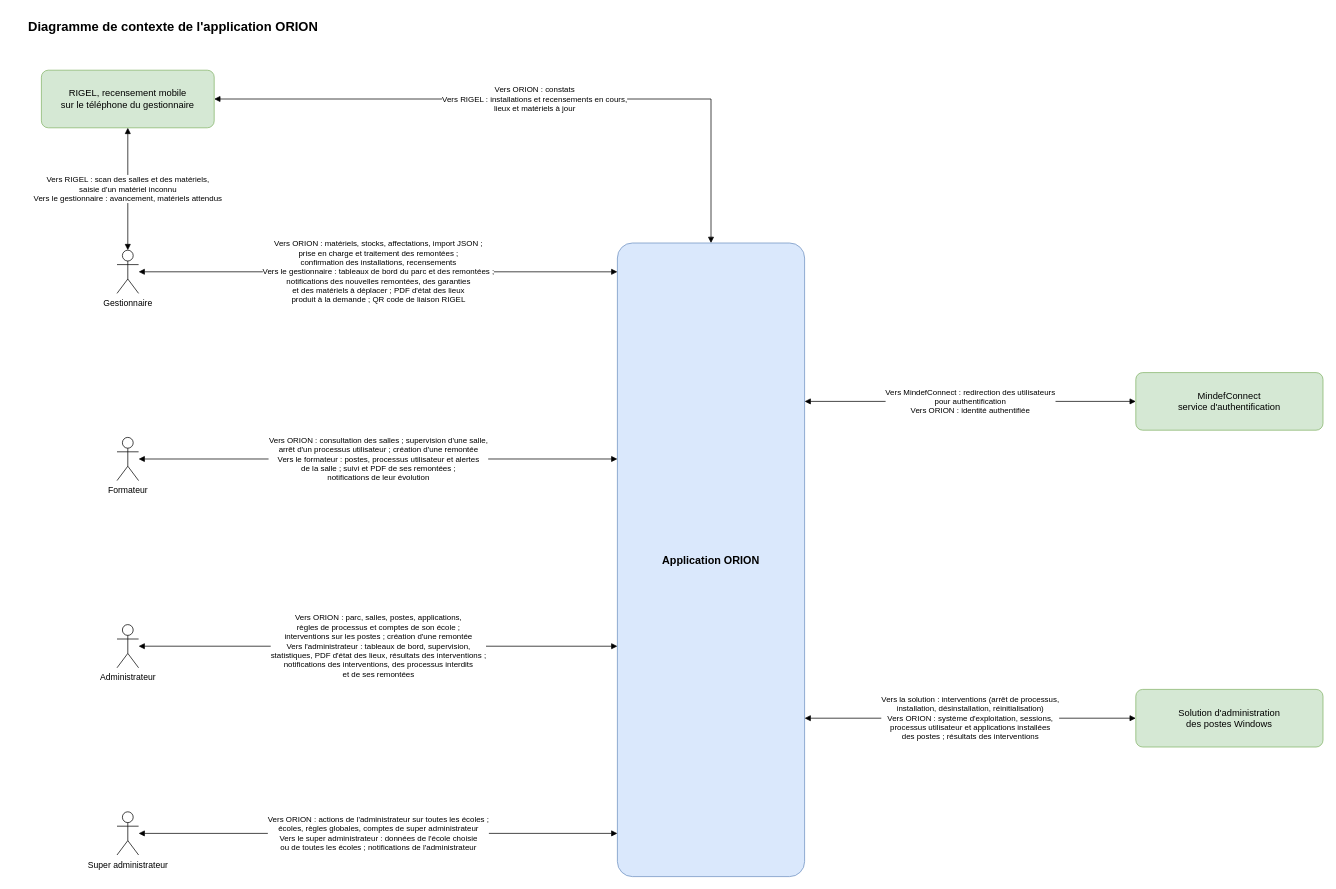
bpierrelouis/aster keeps this draw.io diagram as docs/02-ANALYSE/01-MODELISATION-METIER/01-DIAGRAMME-CONTEXTE.drawio. Above is the earlier version. Source tidied: cells renumbered, new cells numbered last; positions are measured from the earlier drawing's top-left corner, leaving out a move shared by most shapes. Both pictures are drawn from the tidied source at 72%, with x=0, y=0 at pixel (27, 16).
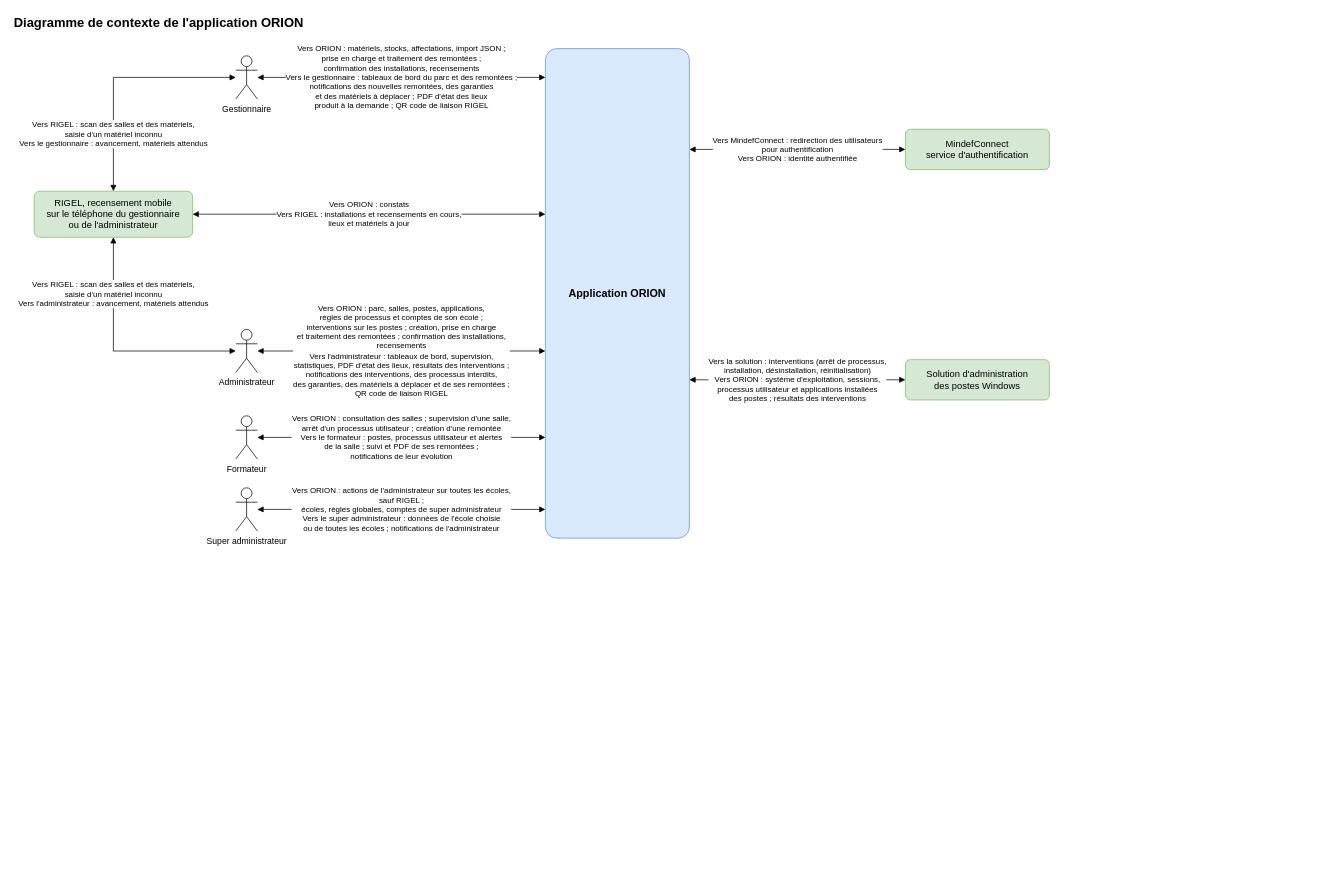
After the change.

Diff of the diagram source:
```diff
@@
-    <mxCell id="2" value="Diagramme de contexte de l&amp;#x27;application ORION" style="text;html=1;align=left;verticalAlign=middle;strokeColor=none;fillColor=none;fontSize=18;fontStyle=1;" parent="1" vertex="1">
-      <mxGeometry width="500" height="30" as="geometry" />
+    <mxCell id="2" value="Diagramme de contexte de l'application ORION" style="text;html=1;align=left;verticalAlign=middle;strokeColor=none;fillColor=none;fontSize=18;fontStyle=1;" parent="1" vertex="1">
+      <mxGeometry x="-20" y="-5" width="389" height="30" as="geometry" />
     </mxCell>
-    <mxCell id="3" value="Application ORION" style="rounded=1;arcSize=8;whiteSpace=wrap;html=1;fontSize=15;fontStyle=1;fillColor=#dae8fc;strokeColor=#6c8ebf;" parent="1" vertex="1">
-      <mxGeometry x="820" y="315" width="260" height="880" as="geometry" />
-    </mxCell>
     <mxCell id="4" value="Gestionnaire" style="shape=umlActor;verticalLabelPosition=bottom;verticalAlign=top;html=1;outlineConnect=0;labelPerimeter=1;fontSize=12;" parent="1" vertex="1">
-      <mxGeometry x="125" y="325" width="30" height="60" as="geometry" />
+      <mxGeometry x="290" y="55" width="30" height="60" as="geometry" />
     </mxCell>
     <mxCell id="5" value="Formateur" style="shape=umlActor;verticalLabelPosition=bottom;verticalAlign=top;html=1;outlineConnect=0;labelPerimeter=1;fontSize=12;" parent="1" vertex="1">
-      <mxGeometry x="125" y="585" width="30" height="60" as="geometry" />
+      <mxGeometry x="290" y="555" width="30" height="60" as="geometry" />
     </mxCell>
     <mxCell id="6" value="Administrateur" style="shape=umlActor;verticalLabelPosition=bottom;verticalAlign=top;html=1;outlineConnect=0;labelPerimeter=1;fontSize=12;" parent="1" vertex="1">
-      <mxGeometry x="125" y="845" width="30" height="60" as="geometry" />
+      <mxGeometry x="290" y="435" width="30" height="60" as="geometry" />
     </mxCell>
     <mxCell id="7" value="Super administrateur" style="shape=umlActor;verticalLabelPosition=bottom;verticalAlign=top;html=1;outlineConnect=0;labelPerimeter=1;fontSize=12;" parent="1" vertex="1">
-      <mxGeometry x="125" y="1105" width="30" height="60" as="geometry" />
+      <mxGeometry x="290" y="655" width="30" height="60" as="geometry" />
     </mxCell>
-    <mxCell id="8" value="RIGEL, recensement mobile&lt;br&gt;sur le téléphone du gestionnaire" style="rounded=1;arcSize=12;whiteSpace=wrap;html=1;fontSize=13;fillColor=#d5e8d4;strokeColor=#82b366;" parent="1" vertex="1">
-      <mxGeometry x="20" y="75" width="240" height="80" as="geometry" />
+    <mxCell id="8" value="RIGEL, recensement mobile&lt;br&gt;sur le téléphone du gestionnaire&lt;br&gt;ou de l'administrateur" style="rounded=1;arcSize=12;whiteSpace=wrap;html=1;fontSize=13;fillColor=#d5e8d4;strokeColor=#82b366;" parent="1" vertex="1">
+      <mxGeometry x="10" y="243" width="220" height="64" as="geometry" />
     </mxCell>
+    <mxCell id="3" value="Application ORION" style="rounded=1;arcSize=8;whiteSpace=wrap;html=1;fontSize=15;fontStyle=1;fillColor=#dae8fc;strokeColor=#6c8ebf;" parent="1" vertex="1">
+      <mxGeometry x="720" y="45" width="200" height="680" as="geometry" />
+    </mxCell>
     <mxCell id="9" value="MindefConnect&lt;br&gt;service d'authentification" style="rounded=1;arcSize=12;whiteSpace=wrap;html=1;fontSize=13;fillColor=#d5e8d4;strokeColor=#82b366;" parent="1" vertex="1">
-      <mxGeometry x="1540" y="495" width="260" height="80" as="geometry" />
+      <mxGeometry x="1220" y="157" width="200" height="56" as="geometry" />
     </mxCell>
     <mxCell id="10" value="Solution d'administration&lt;br&gt;des postes Windows" style="rounded=1;arcSize=12;whiteSpace=wrap;html=1;fontSize=13;fillColor=#d5e8d4;strokeColor=#82b366;" parent="1" vertex="1">
-      <mxGeometry x="1540" y="935" width="260" height="80" as="geometry" />
+      <mxGeometry x="1220" y="477" width="200" height="56" as="geometry" />
     </mxCell>
-    <mxCell id="11" value="Vers RIGEL : scan des salles et des matériels,&lt;br&gt;saisie d'un matériel inconnu&lt;br&gt;Vers le gestionnaire : avancement, matériels attendus" style="endArrow=block;endFill=1;html=1;rounded=0;fontSize=11;labelBackgroundColor=#ffffff;startArrow=block;startFill=1;" parent="1" edge="1" source="4" target="8">
-      <mxGeometry relative="1" as="geometry" />
+    <mxCell id="11" value="Vers RIGEL : scan des salles et des matériels,&lt;br&gt;saisie d'un matériel inconnu&lt;br&gt;Vers le gestionnaire : avancement, matériels attendus" style="endArrow=block;endFill=1;html=1;rounded=0;fontSize=11;labelBackgroundColor=#ffffff;startArrow=block;startFill=1;edgeStyle=orthogonalEdgeStyle;exitX=0;exitY=0.5;exitDx=0;exitDy=0;entryX=0.5;entryY=0;entryDx=0;entryDy=0;" parent="1" edge="1" source="4" target="8">
+      <mxGeometry x="0.52" relative="1" as="geometry">
+        <Array as="points">
+          <mxPoint x="120" y="85" />
+        </Array>
+      </mxGeometry>
     </mxCell>
-    <mxCell id="12" value="Vers ORION : constats&lt;br&gt;Vers RIGEL : installations et recensements en cours,&lt;br&gt;lieux et matériels à jour" style="endArrow=block;endFill=1;html=1;rounded=0;fontSize=11;labelBackgroundColor=#ffffff;startArrow=block;startFill=1;edgeStyle=orthogonalEdgeStyle;" parent="1" edge="1" source="8" target="3">
-      <mxGeometry relative="1" as="geometry">
+    <mxCell id="12" value="Vers RIGEL : scan des salles et des matériels,&lt;br&gt;saisie d'un matériel inconnu&lt;br&gt;Vers l'administrateur : avancement, matériels attendus" style="endArrow=block;endFill=1;html=1;rounded=0;fontSize=11;labelBackgroundColor=#ffffff;startArrow=block;startFill=1;edgeStyle=orthogonalEdgeStyle;exitX=0;exitY=0.5;exitDx=0;exitDy=0;entryX=0.5;entryY=1;entryDx=0;entryDy=0;" parent="1" edge="1" source="6" target="8">
+      <mxGeometry x="0.52" relative="1" as="geometry">
         <Array as="points">
-          <mxPoint x="950" y="115" />
+          <mxPoint x="120" y="465" />
         </Array>
       </mxGeometry>
     </mxCell>
-    <mxCell id="13" value="Vers ORION : matériels, stocks, affectations, import JSON ;&lt;br&gt;prise en charge et traitement des remontées ;&lt;br&gt;confirmation des installations, recensements&lt;br&gt;Vers le gestionnaire : tableaux de bord du parc et des remontées ;&lt;br&gt;notifications des nouvelles remontées, des garanties&lt;br&gt;et des matériels à déplacer ; PDF d'état des lieux&lt;br&gt;produit à la demande ; QR code de liaison RIGEL" style="endArrow=block;endFill=1;html=1;rounded=0;fontSize=11;labelBackgroundColor=#ffffff;startArrow=block;startFill=1;entryX=0;entryY=0.0455;" parent="1" edge="1" source="4" target="3">
+    <mxCell id="13" value="Vers ORION : constats&lt;br&gt;Vers RIGEL : installations et recensements en cours,&lt;br&gt;lieux et matériels à jour" style="endArrow=block;endFill=1;html=1;rounded=0;fontSize=11;labelBackgroundColor=#ffffff;startArrow=block;startFill=1;edgeStyle=orthogonalEdgeStyle;exitX=1;exitY=0.5;exitDx=0;exitDy=0;entryX=0;entryY=0.3382;entryDx=0;entryDy=0;" parent="1" edge="1" source="8" target="3">
       <mxGeometry relative="1" as="geometry" />
     </mxCell>
-    <mxCell id="14" value="Vers ORION : consultation des salles ; supervision d'une salle,&lt;br&gt;arrêt d'un processus utilisateur ; création d'une remontée&lt;br&gt;Vers le formateur : postes, processus utilisateur et alertes&lt;br&gt;de la salle ; suivi et PDF de ses remontées ;&lt;br&gt;notifications de leur évolution" style="endArrow=block;endFill=1;html=1;rounded=0;fontSize=11;labelBackgroundColor=#ffffff;startArrow=block;startFill=1;entryX=0;entryY=0.3409;" parent="1" edge="1" source="5" target="3">
+    <mxCell id="14" value="Vers ORION : matériels, stocks, affectations, import JSON ;&lt;br&gt;prise en charge et traitement des remontées ;&lt;br&gt;confirmation des installations, recensements&lt;br&gt;Vers le gestionnaire : tableaux de bord du parc et des remontées ;&lt;br&gt;notifications des nouvelles remontées, des garanties&lt;br&gt;et des matériels à déplacer ; PDF d'état des lieux&lt;br&gt;produit à la demande ; QR code de liaison RIGEL" style="endArrow=block;endFill=1;html=1;rounded=0;fontSize=11;labelBackgroundColor=#ffffff;startArrow=block;startFill=1;edgeStyle=orthogonalEdgeStyle;exitX=1;exitY=0.5;exitDx=0;exitDy=0;entryX=0;entryY=0.0588;entryDx=0;entryDy=0;" parent="1" edge="1" source="4" target="3">
       <mxGeometry relative="1" as="geometry" />
     </mxCell>
-    <mxCell id="15" value="Vers ORION : parc, salles, postes, applications,&lt;br&gt;règles de processus et comptes de son école ;&lt;br&gt;interventions sur les postes ; création d'une remontée&lt;br&gt;Vers l'administrateur : tableaux de bord, supervision,&lt;br&gt;statistiques, PDF d'état des lieux, résultats des interventions ;&lt;br&gt;notifications des interventions, des processus interdits&lt;br&gt;et de ses remontées" style="endArrow=block;endFill=1;html=1;rounded=0;fontSize=11;labelBackgroundColor=#ffffff;startArrow=block;startFill=1;entryX=0;entryY=0.6364;" parent="1" edge="1" source="6" target="3">
+    <mxCell id="15" value="Vers ORION : consultation des salles ; supervision d'une salle,&lt;br&gt;arrêt d'un processus utilisateur ; création d'une remontée&lt;br&gt;Vers le formateur : postes, processus utilisateur et alertes&lt;br&gt;de la salle ; suivi et PDF de ses remontées ;&lt;br&gt;notifications de leur évolution" style="endArrow=block;endFill=1;html=1;rounded=0;fontSize=11;labelBackgroundColor=#ffffff;startArrow=block;startFill=1;edgeStyle=orthogonalEdgeStyle;exitX=1;exitY=0.5;exitDx=0;exitDy=0;entryX=0;entryY=0.7941;entryDx=0;entryDy=0;" parent="1" edge="1" source="5" target="3">
       <mxGeometry relative="1" as="geometry" />
     </mxCell>
-    <mxCell id="16" value="Vers ORION : actions de l'administrateur sur toutes les écoles ;&lt;br&gt;écoles, règles globales, comptes de super administrateur&lt;br&gt;Vers le super administrateur : données de l'école choisie&lt;br&gt;ou de toutes les écoles ; notifications de l'administrateur" style="endArrow=block;endFill=1;html=1;rounded=0;fontSize=11;labelBackgroundColor=#ffffff;startArrow=block;startFill=1;entryX=0;entryY=0.9318;" parent="1" edge="1" source="7" target="3">
+    <mxCell id="16" value="Vers ORION : parc, salles, postes, applications,&lt;br&gt;règles de processus et comptes de son école ;&lt;br&gt;interventions sur les postes ; création, prise en charge&lt;br&gt;et traitement des remontées ; confirmation des installations,&lt;br&gt;recensements&lt;br&gt;Vers l'administrateur : tableaux de bord, supervision,&lt;br&gt;statistiques, PDF d'état des lieux, résultats des interventions ;&lt;br&gt;notifications des interventions, des processus interdits,&lt;br&gt;des garanties, des matériels à déplacer et de ses remontées ;&lt;br&gt;QR code de liaison RIGEL" style="endArrow=block;endFill=1;html=1;rounded=0;fontSize=11;labelBackgroundColor=#ffffff;startArrow=block;startFill=1;edgeStyle=orthogonalEdgeStyle;exitX=1;exitY=0.5;exitDx=0;exitDy=0;entryX=0;entryY=0.6176;entryDx=0;entryDy=0;" parent="1" edge="1" source="6" target="3">
       <mxGeometry relative="1" as="geometry" />
     </mxCell>
-    <mxCell id="17" value="Vers MindefConnect : redirection des utilisateurs&lt;br&gt;pour authentification&lt;br&gt;Vers ORION : identité authentifiée" style="endArrow=block;endFill=1;html=1;rounded=0;fontSize=11;labelBackgroundColor=#ffffff;startArrow=block;startFill=1;exitX=1;exitY=0.2500;" parent="1" edge="1" source="3" target="9">
+    <mxCell id="17" value="Vers ORION : actions de l'administrateur sur toutes les écoles,&lt;br&gt;sauf RIGEL ;&lt;br&gt;écoles, règles globales, comptes de super administrateur&lt;br&gt;Vers le super administrateur : données de l'école choisie&lt;br&gt;ou de toutes les écoles ; notifications de l'administrateur" style="endArrow=block;endFill=1;html=1;rounded=0;fontSize=11;labelBackgroundColor=#ffffff;startArrow=block;startFill=1;edgeStyle=orthogonalEdgeStyle;exitX=1;exitY=0.5;exitDx=0;exitDy=0;entryX=0;entryY=0.9412;entryDx=0;entryDy=0;" parent="1" edge="1" source="7" target="3">
       <mxGeometry relative="1" as="geometry" />
     </mxCell>
-    <mxCell id="18" value="Vers la solution : interventions (arrêt de processus,&lt;br&gt;installation, désinstallation, réinitialisation)&lt;br&gt;Vers ORION : système d'exploitation, sessions,&lt;br&gt;processus utilisateur et applications installées&lt;br&gt;des postes ; résultats des interventions" style="endArrow=block;endFill=1;html=1;rounded=0;fontSize=11;labelBackgroundColor=#ffffff;startArrow=block;startFill=1;exitX=1;exitY=0.7500;" parent="1" edge="1" source="3" target="10">
+    <mxCell id="18" value="Vers MindefConnect : redirection des utilisateurs&lt;br&gt;pour authentification&lt;br&gt;Vers ORION : identité authentifiée" style="endArrow=block;endFill=1;html=1;rounded=0;fontSize=11;labelBackgroundColor=#ffffff;startArrow=block;startFill=1;edgeStyle=orthogonalEdgeStyle;exitX=1;exitY=0.2059;exitDx=0;exitDy=0;entryX=0;entryY=0.5;entryDx=0;entryDy=0;" parent="1" edge="1" source="3" target="9">
       <mxGeometry relative="1" as="geometry" />
     </mxCell>
+    <mxCell id="19" value="Vers la solution : interventions (arrêt de processus,&lt;br&gt;installation, désinstallation, réinitialisation)&lt;br&gt;Vers ORION : système d'exploitation, sessions,&lt;br&gt;processus utilisateur et applications installées&lt;br&gt;des postes ; résultats des interventions" style="endArrow=block;endFill=1;html=1;rounded=0;fontSize=11;labelBackgroundColor=#ffffff;startArrow=block;startFill=1;edgeStyle=orthogonalEdgeStyle;exitX=1;exitY=0.6765;exitDx=0;exitDy=0;entryX=0;entryY=0.5;entryDx=0;entryDy=0;" parent="1" edge="1" source="3" target="10">
+      <mxGeometry relative="1" as="geometry" />
+    </mxCell>
```
